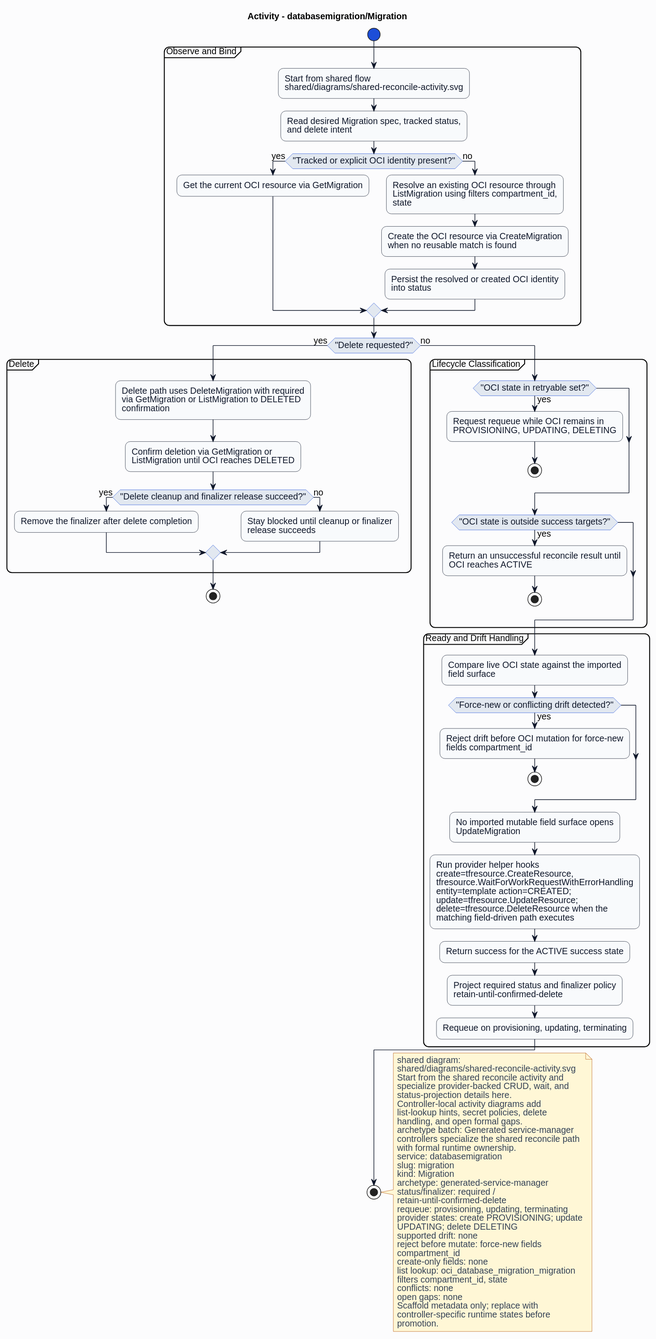
This is formal/controllers/databasemigration/migration/diagrams/activity.svg from HaoyL666/oci-service-operator, a PlantUML export, as it was before one commit. Its diagram source:
```plantuml
@startuml
skinparam shadowing false
skinparam backgroundColor #fcfcfd
skinparam defaultFontName Helvetica
skinparam defaultFontSize 14
skinparam arrowColor #0f172a
skinparam noteBackgroundColor #fff7d6
skinparam noteBorderColor #b45309
skinparam noteFontColor #334155
skinparam roundcorner 16
title Activity - databasemigration/Migration
skinparam activity {
  backgroundColor #f8fafc
  borderColor #0f172a
  fontColor #0f172a
  diamondBackgroundColor #e2e8f0
  diamondBorderColor #1d4ed8
  diamondFontColor #0f172a
  startColor #1d4ed8
  endColor #0f172a
  barColor #1d4ed8
}
start
partition "Observe and Bind" {
:Start from shared flow\nshared/diagrams/shared-reconcile-activity.svg;
:Read desired Migration spec, tracked status,\nand delete intent;
if ("Tracked or explicit OCI identity present?") then (yes)
:Get the current OCI resource via GetMigration;
else (no)
:Resolve an existing OCI resource through\nListMigration using filters compartment_id,\nstate;
:Create the OCI resource via CreateMigration\nwhen no reusable match is found;
:Persist the resolved or created OCI identity\ninto status;
endif
}
if ("Delete requested?") then (yes)
partition "Delete" {
:Delete path uses DeleteMigration with required\nvia GetMigration or ListMigration to DELETED\nconfirmation;
:Confirm deletion via GetMigration or\nListMigration until OCI reaches DELETED;
if ("Delete cleanup and finalizer release succeed?") then (yes)
:Remove the finalizer after delete completion;
else (no)
:Stay blocked until cleanup or finalizer\nrelease succeeds;
endif
}
stop
else (no)
partition "Lifecycle Classification" {
if ("OCI state in retryable set?") then (yes)
:Request requeue while OCI remains in\nPROVISIONING, UPDATING, DELETING;
stop
endif
if ("OCI state is outside success targets?") then (yes)
:Return an unsuccessful reconcile result until\nOCI reaches ACTIVE;
stop
endif
}
partition "Ready and Drift Handling" {
:Compare live OCI state against the imported\nfield surface;
if ("Force-new or conflicting drift detected?") then (yes)
:Reject drift before OCI mutation for force-new\nfields compartment_id;
stop
endif
:No imported mutable field surface opens\nUpdateMigration;
:Run provider helper hooks\ncreate=tfresource.CreateResource,\ntfresource.WaitForWorkRequestWithErrorHandling\nentity=template action=CREATED;\nupdate=tfresource.UpdateResource;\ndelete=tfresource.DeleteResource when the\nmatching field-driven path executes;
:Return success for the ACTIVE success state;
:Project required status and finalizer policy\nretain-until-confirmed-delete;
:Requeue on provisioning, updating, terminating;
}
endif
stop
note right
shared diagram:
shared/diagrams/shared-reconcile-activity.svg
Start from the shared reconcile activity and
specialize provider-backed CRUD, wait, and
status-projection details here.
Controller-local activity diagrams add
list-lookup hints, secret policies, delete
handling, and open formal gaps.
archetype batch: Generated service-manager
controllers specialize the shared reconcile path
with formal runtime ownership.
service: databasemigration
slug: migration
kind: Migration
archetype: generated-service-manager
status/finalizer: required /
retain-until-confirmed-delete
requeue: provisioning, updating, terminating
provider states: create PROVISIONING; update
UPDATING; delete DELETING
supported drift: none
reject before mutate: force-new fields
compartment_id
create-only fields: none
list lookup: oci_database_migration_migration
filters compartment_id, state
conflicts: none
open gaps: none
Scaffold metadata only; replace with
controller-specific runtime states before
promotion.
end note
@enduml
```
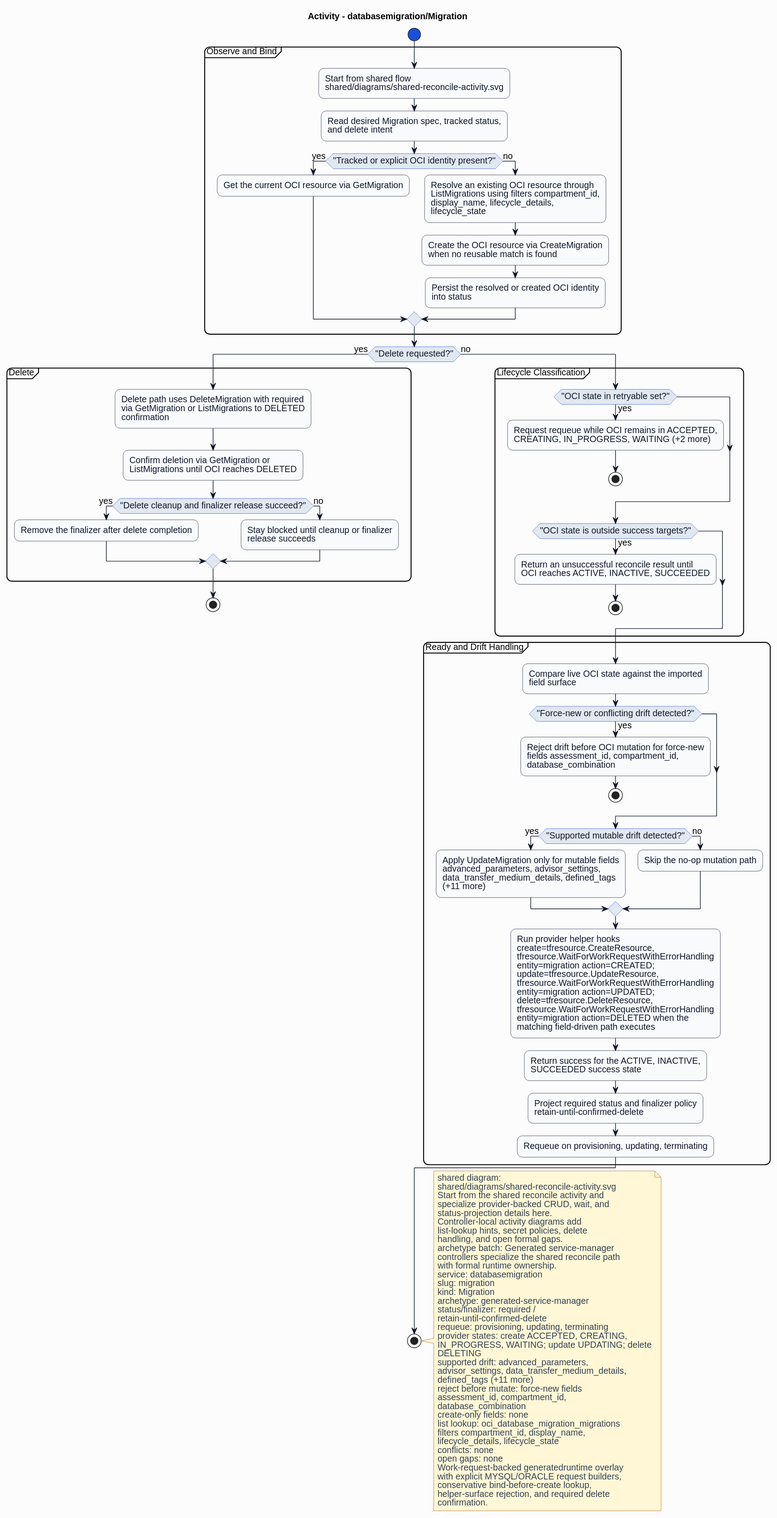
After the change.

Diff of the diagram source:
```diff
@@ -27,15 +27,15 @@
 if ("Tracked or explicit OCI identity present?") then (yes)
 :Get the current OCI resource via GetMigration;
 else (no)
-:Resolve an existing OCI resource through\nListMigration using filters compartment_id,\nstate;
+:Resolve an existing OCI resource through\nListMigrations using filters compartment_id,\ndisplay_name, lifecycle_details,\nlifecycle_state;
 :Create the OCI resource via CreateMigration\nwhen no reusable match is found;
 :Persist the resolved or created OCI identity\ninto status;
 endif
 }
 if ("Delete requested?") then (yes)
 partition "Delete" {
-:Delete path uses DeleteMigration with required\nvia GetMigration or ListMigration to DELETED\nconfirmation;
-:Confirm deletion via GetMigration or\nListMigration until OCI reaches DELETED;
+:Delete path uses DeleteMigration with required\nvia GetMigration or ListMigrations to DELETED\nconfirmation;
+:Confirm deletion via GetMigration or\nListMigrations until OCI reaches DELETED;
 if ("Delete cleanup and finalizer release succeed?") then (yes)
 :Remove the finalizer after delete completion;
 else (no)
@@ -46,23 +46,27 @@
 else (no)
 partition "Lifecycle Classification" {
 if ("OCI state in retryable set?") then (yes)
-:Request requeue while OCI remains in\nPROVISIONING, UPDATING, DELETING;
+:Request requeue while OCI remains in ACCEPTED,\nCREATING, IN_PROGRESS, WAITING (+2 more);
 stop
 endif
 if ("OCI state is outside success targets?") then (yes)
-:Return an unsuccessful reconcile result until\nOCI reaches ACTIVE;
+:Return an unsuccessful reconcile result until\nOCI reaches ACTIVE, INACTIVE, SUCCEEDED;
 stop
 endif
 }
 partition "Ready and Drift Handling" {
 :Compare live OCI state against the imported\nfield surface;
 if ("Force-new or conflicting drift detected?") then (yes)
-:Reject drift before OCI mutation for force-new\nfields compartment_id;
+:Reject drift before OCI mutation for force-new\nfields assessment_id, compartment_id,\ndatabase_combination;
 stop
 endif
-:No imported mutable field surface opens\nUpdateMigration;
-:Run provider helper hooks\ncreate=tfresource.CreateResource,\ntfresource.WaitForWorkRequestWithErrorHandling\nentity=template action=CREATED;\nupdate=tfresource.UpdateResource;\ndelete=tfresource.DeleteResource when the\nmatching field-driven path executes;
-:Return success for the ACTIVE success state;
+if ("Supported mutable drift detected?") then (yes)
+:Apply UpdateMigration only for mutable fields\nadvanced_parameters, advisor_settings,\ndata_transfer_medium_details, defined_tags\n(+11 more);
+else (no)
+:Skip the no-op mutation path;
+endif
+:Run provider helper hooks\ncreate=tfresource.CreateResource,\ntfresource.WaitForWorkRequestWithErrorHandling\nentity=migration action=CREATED;\nupdate=tfresource.UpdateResource,\ntfresource.WaitForWorkRequestWithErrorHandling\nentity=migration action=UPDATED;\ndelete=tfresource.DeleteResource,\ntfresource.WaitForWorkRequestWithErrorHandling\nentity=migration action=DELETED when the\nmatching field-driven path executes;
+:Return success for the ACTIVE, INACTIVE,\nSUCCEEDED success state;
 :Project required status and finalizer policy\nretain-until-confirmed-delete;
 :Requeue on provisioning, updating, terminating;
 }
@@ -87,18 +91,25 @@
 status/finalizer: required /
 retain-until-confirmed-delete
 requeue: provisioning, updating, terminating
-provider states: create PROVISIONING; update
-UPDATING; delete DELETING
-supported drift: none
+provider states: create ACCEPTED, CREATING,
+IN_PROGRESS, WAITING; update UPDATING; delete
+DELETING
+supported drift: advanced_parameters,
+advisor_settings, data_transfer_medium_details,
+defined_tags (+11 more)
 reject before mutate: force-new fields
-compartment_id
+assessment_id, compartment_id,
+database_combination
 create-only fields: none
-list lookup: oci_database_migration_migration
-filters compartment_id, state
+list lookup: oci_database_migration_migrations
+filters compartment_id, display_name,
+lifecycle_details, lifecycle_state
 conflicts: none
 open gaps: none
-Scaffold metadata only; replace with
-controller-specific runtime states before
-promotion.
+Work-request-backed generatedruntime overlay
+with explicit MYSQL/ORACLE request builders,
+conservative bind-before-create lookup,
+helper-surface rejection, and required delete
+confirmation.
 end note
 @enduml
```
